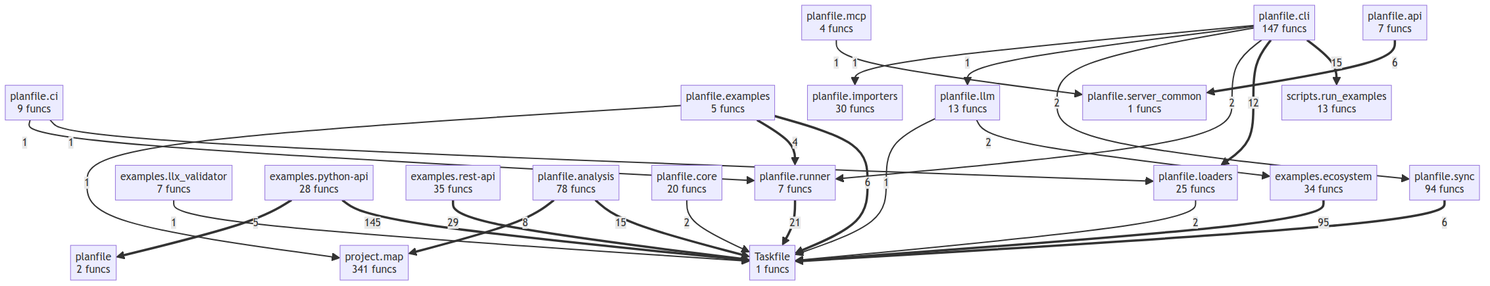
This is project/compact_flow.png from semcod/planfile, a Mermaid export, as it was before one commit. Its source is kept beside it as project/compact_flow.mmd.
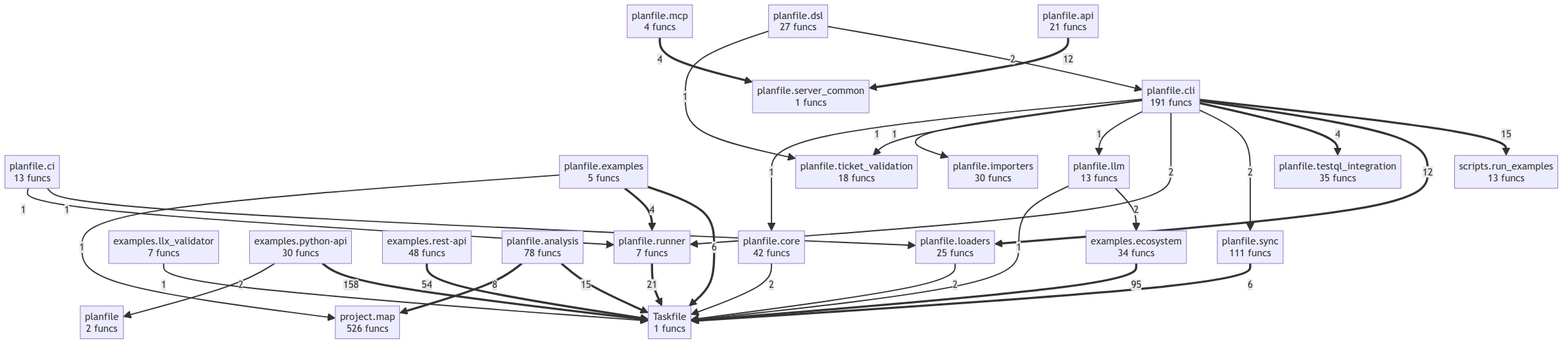
After the commit.

Change to the diagram source:
```diff
@@ -2,14 +2,15 @@
     Taskfile["Taskfile<br/>1 funcs"]
     examples__ecosystem["examples.ecosystem<br/>34 funcs"]
     examples__llx_validator["examples.llx_validator<br/>7 funcs"]
-    examples__python_api["examples.python-api<br/>28 funcs"]
-    examples__rest_api["examples.rest-api<br/>35 funcs"]
+    examples__python_api["examples.python-api<br/>30 funcs"]
+    examples__rest_api["examples.rest-api<br/>48 funcs"]
     planfile["planfile<br/>2 funcs"]
     planfile__analysis["planfile.analysis<br/>78 funcs"]
-    planfile__api["planfile.api<br/>7 funcs"]
-    planfile__ci["planfile.ci<br/>9 funcs"]
-    planfile__cli["planfile.cli<br/>147 funcs"]
-    planfile__core["planfile.core<br/>20 funcs"]
+    planfile__api["planfile.api<br/>21 funcs"]
+    planfile__ci["planfile.ci<br/>13 funcs"]
+    planfile__cli["planfile.cli<br/>191 funcs"]
+    planfile__core["planfile.core<br/>42 funcs"]
+    planfile__dsl["planfile.dsl<br/>27 funcs"]
     planfile__examples["planfile.examples<br/>5 funcs"]
     planfile__importers["planfile.importers<br/>30 funcs"]
     planfile__llm["planfile.llm<br/>13 funcs"]
@@ -17,32 +18,39 @@
     planfile__mcp["planfile.mcp<br/>4 funcs"]
     planfile__runner["planfile.runner<br/>7 funcs"]
     planfile__server_common["planfile.server_common<br/>1 funcs"]
-    planfile__sync["planfile.sync<br/>94 funcs"]
-    project__map["project.map<br/>341 funcs"]
+    planfile__sync["planfile.sync<br/>111 funcs"]
+    planfile__testql_integration["planfile.testql_integration<br/>35 funcs"]
+    planfile__ticket_validation["planfile.ticket_validation<br/>18 funcs"]
+    project__map["project.map<br/>526 funcs"]
     scripts__run_examples["scripts.run_examples<br/>13 funcs"]
-    examples__python_api ==>|145| Taskfile
+    examples__python_api ==>|158| Taskfile
     examples__ecosystem ==>|95| Taskfile
-    examples__rest_api ==>|29| Taskfile
+    examples__rest_api ==>|54| Taskfile
     planfile__runner ==>|21| Taskfile
     planfile__analysis ==>|15| Taskfile
     planfile__cli ==>|15| scripts__run_examples
     planfile__cli ==>|12| planfile__loaders
+    planfile__api ==>|12| planfile__server_common
     planfile__analysis ==>|8| project__map
     planfile__examples ==>|6| Taskfile
     planfile__sync ==>|6| Taskfile
-    planfile__api ==>|6| planfile__server_common
-    examples__python_api ==>|5| planfile
     planfile__examples ==>|4| planfile__runner
+    planfile__cli ==>|4| planfile__testql_integration
+    planfile__mcp ==>|4| planfile__server_common
+    examples__python_api -->|2| planfile
     planfile__loaders -->|2| Taskfile
+    planfile__core -->|2| Taskfile
+    planfile__cli -->|2| planfile__sync
     planfile__cli -->|2| planfile__runner
-    planfile__cli -->|2| planfile__sync
     planfile__llm -->|2| examples__ecosystem
-    planfile__core -->|2| Taskfile
+    planfile__dsl -->|2| planfile__cli
+    examples__llx_validator -->|1| Taskfile
     planfile__examples -->|1| project__map
-    examples__llx_validator -->|1| Taskfile
     planfile__ci -->|1| planfile__loaders
     planfile__ci -->|1| planfile__runner
     planfile__cli -->|1| planfile__llm
+    planfile__cli -->|1| planfile__ticket_validation
     planfile__cli -->|1| planfile__importers
+    planfile__cli -->|1| planfile__core
     planfile__llm -->|1| Taskfile
-    planfile__mcp -->|1| planfile__server_common
+    planfile__dsl -->|1| planfile__ticket_validation
```
